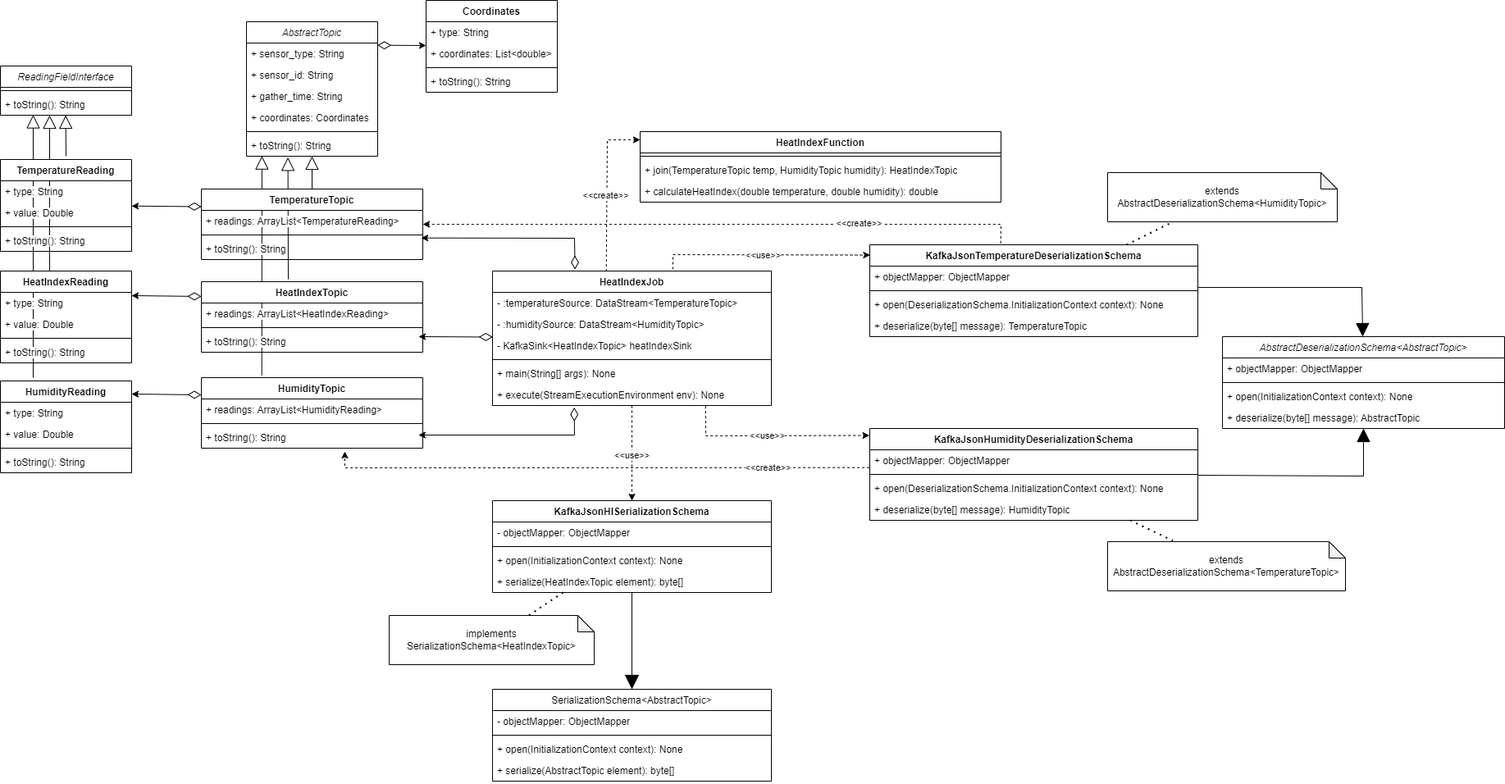
This is documents/PB/esterni/images_st/heatindexjob.png from NaN1fy/docs, a draw.io export, as it was before one commit. Source tidied: cells renumbered, new cells last; positions are measured from the earlier drawing's top-left corner, leaving out a move shared by most shapes.
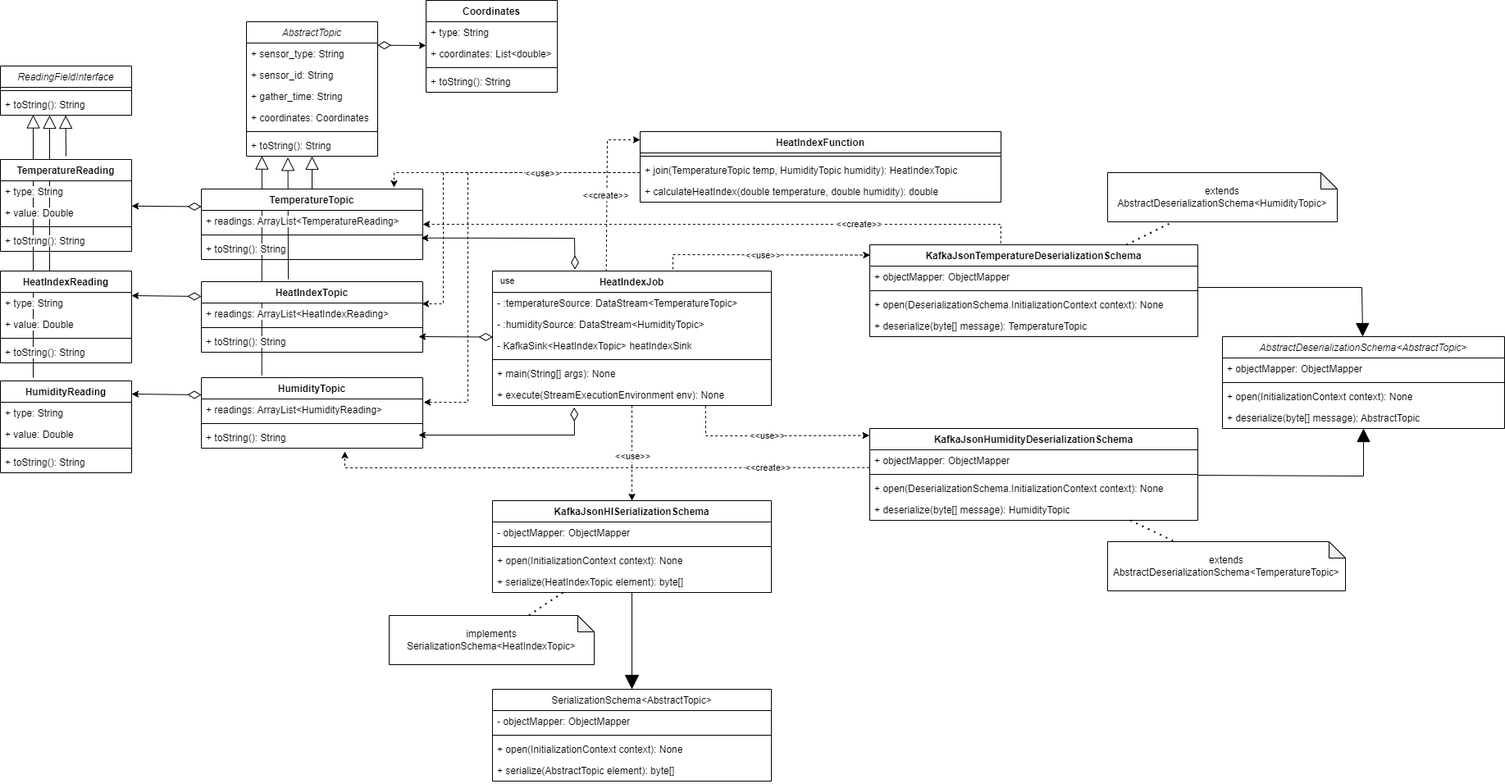
After the change.

Change to the diagram source:
```diff
@@ -401,5 +401,43 @@
         <mxPoint y="-4" as="offset" />
       </mxGeometry>
     </mxCell>
+    <mxCell id="114" style="endArrow=classic;html=1;rounded=0;dashed=1;" parent="1" edge="1">
+      <mxGeometry relative="1" as="geometry">
+        <mxPoint x="780" y="210" as="sourcePoint" />
+        <mxPoint x="480" y="228" as="targetPoint" />
+        <Array as="points">
+          <mxPoint x="480" y="210" />
+        </Array>
+      </mxGeometry>
+    </mxCell>
+    <mxCell id="115" style="endArrow=classic;html=1;rounded=0;dashed=1;entryX=1.004;entryY=0.154;entryDx=0;entryDy=0;entryPerimeter=0;" parent="1" edge="1" target="54">
+      <mxGeometry relative="1" as="geometry">
+        <mxPoint x="780" y="210" as="sourcePoint" />
+        <Array as="points">
+          <mxPoint x="570" y="210" />
+          <mxPoint x="570" y="490" />
+        </Array>
+      </mxGeometry>
+    </mxCell>
+    <mxCell id="116" value="use" style="edgeLabel;html=1;align=center;verticalAlign=middle;" parent="115" vertex="1">
+      <mxGeometry x="0.26" y="2" relative="1" as="geometry">
+        <mxPoint x="45" y="-2" as="offset" />
+      </mxGeometry>
+    </mxCell>
+    <mxCell id="117" style="endArrow=classic;html=1;rounded=0;dashed=1;entryX=0.996;entryY=0.038;entryDx=0;entryDy=0;entryPerimeter=0;" parent="1" edge="1" target="37">
+      <mxGeometry relative="1" as="geometry">
+        <mxPoint x="780" y="210" as="sourcePoint" />
+        <Array as="points">
+          <mxPoint x="630" y="210" />
+          <mxPoint x="540" y="210" />
+          <mxPoint x="540" y="370" />
+        </Array>
+      </mxGeometry>
+    </mxCell>
+    <mxCell id="118" value="&amp;lt;&amp;lt;use&amp;gt;&amp;gt;" style="edgeLabel;html=1;align=center;verticalAlign=middle;" parent="117" vertex="1">
+      <mxGeometry x="0.26" y="2" relative="1" as="geometry">
+        <mxPoint x="118" y="-29" as="offset" />
+      </mxGeometry>
+    </mxCell>
   </root>
 </mxGraphModel>
```
